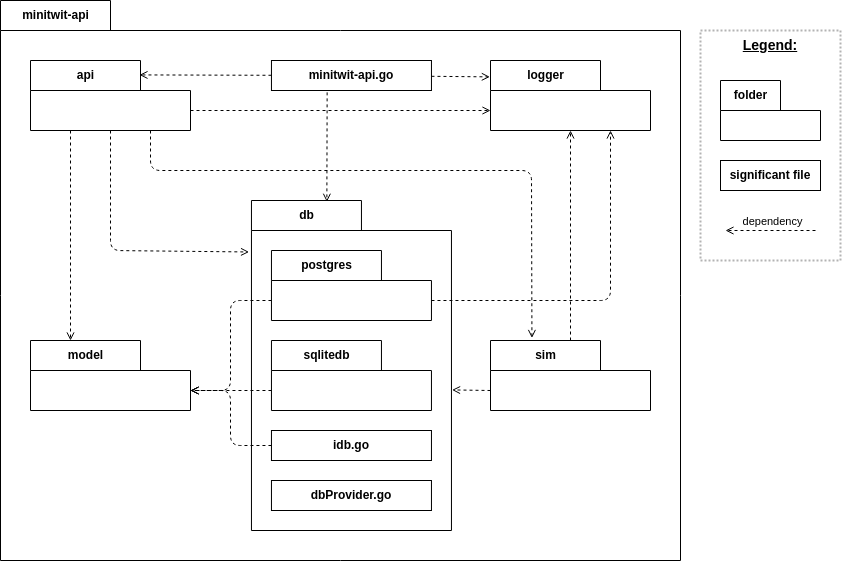
Eagles-DevOps/MiniTwit keeps this draw.io diagram as report/diagrams/module-view--minitwit-web-app.drawio.png. Above is the earlier version. Source tidied: cells renumbered, new cells last; positions are measured from the earlier drawing's top-left corner, leaving out a move shared by most shapes.
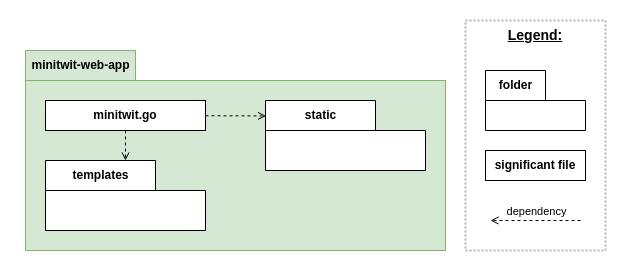
The same diagram one commit later.

Change to the diagram source:
```diff
@@ -2,171 +2,72 @@
   <root>
     <mxCell id="0" />
     <mxCell id="1" parent="0" />
-    <mxCell id="2" value="minitwit-api" style="shape=folder;fontStyle=1;tabWidth=110;tabHeight=30;tabPosition=left;html=1;boundedLbl=1;labelInHeader=1;" parent="1" vertex="1">
-      <mxGeometry width="680" height="560" as="geometry" />
-    </mxCell>
-    <mxCell id="3" style="html=1;strokeColor=none;fillColor=none;" parent="2" vertex="1">
-      <mxGeometry width="680" height="280" relative="1" as="geometry">
-        <mxPoint y="30" as="offset" />
-      </mxGeometry>
-    </mxCell>
-    <mxCell id="4" value="db" style="shape=folder;fontStyle=1;tabWidth=110;tabHeight=30;tabPosition=left;html=1;boundedLbl=1;labelInHeader=1;" parent="1" vertex="1">
-      <mxGeometry x="251" y="200" width="200" height="330" as="geometry" />
-    </mxCell>
-    <mxCell id="5" style="html=1;strokeColor=none;fillColor=none;" parent="4" vertex="1">
-      <mxGeometry width="200" height="280.5" relative="1" as="geometry">
-        <mxPoint y="30" as="offset" />
-      </mxGeometry>
-    </mxCell>
-    <mxCell id="6" value="postgres" style="shape=folder;fontStyle=1;tabWidth=110;tabHeight=30;tabPosition=left;html=1;boundedLbl=1;labelInHeader=1;" parent="1" vertex="1">
-      <mxGeometry x="271" y="250" width="160" height="70" as="geometry" />
-    </mxCell>
-    <mxCell id="7" style="html=1;strokeColor=none;fillColor=none;" parent="6" vertex="1">
-      <mxGeometry width="160" height="35" relative="1" as="geometry">
-        <mxPoint y="30" as="offset" />
-      </mxGeometry>
-    </mxCell>
-    <mxCell id="8" value="sqlitedb" style="shape=folder;fontStyle=1;tabWidth=110;tabHeight=30;tabPosition=left;html=1;boundedLbl=1;labelInHeader=1;" parent="1" vertex="1">
-      <mxGeometry x="271" y="340" width="160" height="70" as="geometry" />
-    </mxCell>
-    <mxCell id="9" style="html=1;strokeColor=none;fillColor=none;" parent="8" vertex="1">
-      <mxGeometry width="160" height="35" relative="1" as="geometry">
-        <mxPoint y="30" as="offset" />
-      </mxGeometry>
-    </mxCell>
-    <mxCell id="10" style="endArrow=open;html=1;dashed=1;endFill=0;entryX=0.75;entryY=1;entryDx=0;entryDy=0;entryPerimeter=0;exitX=0;exitY=0;exitDx=160;exitDy=50;exitPerimeter=0;" parent="1" edge="1" source="6" target="11">
-      <mxGeometry relative="1" as="geometry">
-        <Array as="points">
-          <mxPoint x="610" y="300" />
-        </Array>
-      </mxGeometry>
-    </mxCell>
-    <mxCell id="11" value="logger" style="shape=folder;fontStyle=1;tabWidth=110;tabHeight=30;tabPosition=left;html=1;boundedLbl=1;labelInHeader=1;" parent="1" vertex="1">
-      <mxGeometry x="490" y="60" width="160" height="70" as="geometry" />
-    </mxCell>
-    <mxCell id="12" style="html=1;strokeColor=none;fillColor=none;" parent="11" vertex="1">
-      <mxGeometry width="160" height="35" relative="1" as="geometry">
-        <mxPoint y="30" as="offset" />
-      </mxGeometry>
-    </mxCell>
-    <mxCell id="13" value="model" style="shape=folder;fontStyle=1;tabWidth=110;tabHeight=30;tabPosition=left;html=1;boundedLbl=1;labelInHeader=1;" parent="1" vertex="1">
-      <mxGeometry x="30" y="340" width="160" height="70" as="geometry" />
-    </mxCell>
-    <mxCell id="14" style="html=1;strokeColor=none;fillColor=none;" parent="13" vertex="1">
-      <mxGeometry width="160" height="35" relative="1" as="geometry">
-        <mxPoint y="30" as="offset" />
-      </mxGeometry>
-    </mxCell>
-    <mxCell id="15" style="endArrow=open;html=1;dashed=1;endFill=0;entryX=0;entryY=0;entryDx=160;entryDy=50;entryPerimeter=0;exitX=0;exitY=0;exitDx=0;exitDy=50;exitPerimeter=0;" parent="1" edge="1" source="6" target="13">
-      <mxGeometry relative="1" as="geometry">
-        <Array as="points">
-          <mxPoint x="230" y="300" />
-          <mxPoint x="230" y="390" />
-        </Array>
-      </mxGeometry>
-    </mxCell>
-    <mxCell id="16" value="api" style="shape=folder;fontStyle=1;tabWidth=110;tabHeight=30;tabPosition=left;html=1;boundedLbl=1;labelInHeader=1;" parent="1" vertex="1">
-      <mxGeometry x="30" y="60" width="160" height="70" as="geometry" />
-    </mxCell>
-    <mxCell id="17" style="html=1;strokeColor=none;fillColor=none;" parent="16" vertex="1">
-      <mxGeometry width="160" height="35" relative="1" as="geometry">
-        <mxPoint y="30" as="offset" />
-      </mxGeometry>
-    </mxCell>
-    <mxCell id="18" style="endArrow=open;html=1;dashed=1;endFill=0;entryX=0;entryY=0;entryDx=0;entryDy=50;entryPerimeter=0;exitX=0;exitY=0;exitDx=160;exitDy=50;exitPerimeter=0;" parent="1" edge="1" source="16" target="11">
-      <mxGeometry relative="1" as="geometry" />
-    </mxCell>
-    <mxCell id="19" value="sim" style="shape=folder;fontStyle=1;tabWidth=110;tabHeight=30;tabPosition=left;html=1;boundedLbl=1;labelInHeader=1;" parent="1" vertex="1">
-      <mxGeometry x="490" y="340" width="160" height="70" as="geometry" />
-    </mxCell>
-    <mxCell id="20" style="html=1;strokeColor=none;fillColor=none;" parent="19" vertex="1">
-      <mxGeometry width="160" height="35" relative="1" as="geometry">
-        <mxPoint y="30" as="offset" />
-      </mxGeometry>
-    </mxCell>
-    <mxCell id="21" style="endArrow=open;html=1;dashed=1;endFill=0;entryX=-0.012;entryY=0.156;entryDx=0;entryDy=0;entryPerimeter=0;" parent="1" edge="1" source="16" target="4">
-      <mxGeometry relative="1" as="geometry">
-        <Array as="points">
-          <mxPoint x="110" y="250" />
-        </Array>
-      </mxGeometry>
-    </mxCell>
-    <mxCell id="22" style="endArrow=open;html=1;dashed=1;endFill=0;exitX=0.75;exitY=1;exitDx=0;exitDy=0;exitPerimeter=0;entryX=0.259;entryY=-0.036;entryDx=0;entryDy=0;entryPerimeter=0;" parent="1" edge="1" source="16" target="19">
-      <mxGeometry relative="1" as="geometry">
-        <Array as="points">
-          <mxPoint x="150" y="170" />
-          <mxPoint x="531" y="170" />
-        </Array>
-      </mxGeometry>
-    </mxCell>
-    <mxCell id="23" style="endArrow=open;html=1;dashed=1;endFill=0;exitX=0.25;exitY=1;exitDx=0;exitDy=0;exitPerimeter=0;entryX=0.25;entryY=0;entryDx=0;entryDy=0;entryPerimeter=0;" parent="1" edge="1" source="16" target="13">
-      <mxGeometry relative="1" as="geometry" />
-    </mxCell>
-    <mxCell id="24" value="idb.go" style="rounded=0;whiteSpace=wrap;html=1;fontStyle=1;" parent="1" vertex="1">
-      <mxGeometry x="271" y="430" width="160" height="30" as="geometry" />
-    </mxCell>
-    <mxCell id="25" value="dbProvider.go" style="rounded=0;whiteSpace=wrap;html=1;fontStyle=1;" parent="1" vertex="1">
-      <mxGeometry x="271" y="480" width="160" height="30" as="geometry" />
-    </mxCell>
-    <mxCell id="26" style="endArrow=open;html=1;dashed=1;endFill=0;exitX=0;exitY=0;exitDx=0;exitDy=50;exitPerimeter=0;entryX=0;entryY=0;entryDx=160;entryDy=50;entryPerimeter=0;" parent="1" edge="1" source="8" target="13">
-      <mxGeometry relative="1" as="geometry" />
-    </mxCell>
-    <mxCell id="27" style="endArrow=open;html=1;dashed=1;endFill=0;entryX=0;entryY=0;entryDx=160;entryDy=50;entryPerimeter=0;" parent="1" edge="1" source="24" target="13">
-      <mxGeometry relative="1" as="geometry">
-        <Array as="points">
-          <mxPoint x="230" y="445" />
-          <mxPoint x="230" y="390" />
-        </Array>
-      </mxGeometry>
-    </mxCell>
-    <mxCell id="28" value="minitwit-api.go" style="rounded=0;whiteSpace=wrap;html=1;fontStyle=1;" parent="1" vertex="1">
-      <mxGeometry x="271" y="60" width="160" height="30" as="geometry" />
-    </mxCell>
-    <mxCell id="29" style="endArrow=open;html=1;dashed=1;endFill=0;exitX=0;exitY=0;exitDx=0;exitDy=50;exitPerimeter=0;entryX=1.003;entryY=0.574;entryDx=0;entryDy=0;entryPerimeter=0;" parent="1" edge="1" source="19" target="4">
-      <mxGeometry relative="1" as="geometry" />
-    </mxCell>
-    <mxCell id="30" style="endArrow=open;html=1;dashed=1;endFill=0;" parent="1" edge="1" source="19" target="11">
-      <mxGeometry relative="1" as="geometry" />
-    </mxCell>
-    <mxCell id="31" style="endArrow=open;html=1;dashed=1;endFill=0;entryX=0.681;entryY=0.206;entryDx=0;entryDy=0;entryPerimeter=0;" parent="1" edge="1" source="28" target="16">
-      <mxGeometry relative="1" as="geometry" />
-    </mxCell>
-    <mxCell id="32" style="endArrow=open;html=1;dashed=1;endFill=0;entryX=0.377;entryY=0.004;entryDx=0;entryDy=0;entryPerimeter=0;exitX=0.348;exitY=1.062;exitDx=0;exitDy=0;exitPerimeter=0;" parent="1" edge="1" source="28" target="4">
-      <mxGeometry relative="1" as="geometry" />
-    </mxCell>
-    <mxCell id="33" style="endArrow=open;html=1;dashed=1;endFill=0;entryX=-0.004;entryY=0.234;entryDx=0;entryDy=0;entryPerimeter=0;" parent="1" edge="1" source="28" target="11">
-      <mxGeometry relative="1" as="geometry" />
-    </mxCell>
-    <mxCell id="34" style="group;" parent="1" vertex="1">
-      <mxGeometry x="700" y="30" width="140" height="230" as="geometry" />
-    </mxCell>
+    <mxCell id="42" style="rounded=0;whiteSpace=wrap;html=1;strokeColor=none;" parent="1" vertex="1">
+      <mxGeometry x="40" y="180" width="630" height="270" as="geometry" />
+    </mxCell>
+    <mxCell id="43" value="minitwit-web-app" style="shape=folder;fontStyle=1;tabWidth=110;tabHeight=30;tabPosition=left;html=1;boundedLbl=1;labelInHeader=1;fillColor=#d5e8d4;strokeColor=#82b366;" parent="1" vertex="1">
+      <mxGeometry x="65" y="230" width="420" height="200" as="geometry" />
+    </mxCell>
+    <mxCell id="44" style="html=1;strokeColor=none;fillColor=none;" parent="43" vertex="1">
+      <mxGeometry width="420" height="100" relative="1" as="geometry">
+        <mxPoint y="30" as="offset" />
+      </mxGeometry>
+    </mxCell>
+    <mxCell id="45" style="group;" parent="1" vertex="1">
+      <mxGeometry x="505" y="200" width="140" height="230" as="geometry" />
+    </mxCell>
-    <mxCell id="35" style="rounded=0;whiteSpace=wrap;html=1;dashed=1;dashPattern=1 1;strokeWidth=2;strokeColor=#B3B3B3;" parent="34" vertex="1">
+    <mxCell id="35" style="rounded=0;whiteSpace=wrap;html=1;dashed=1;dashPattern=1 1;strokeWidth=2;strokeColor=#B3B3B3;" parent="45" vertex="1">
       <mxGeometry width="140" height="230" as="geometry" />
     </mxCell>
-    <mxCell id="36" value="folder" style="shape=folder;fontStyle=1;tabWidth=60;tabHeight=30;tabPosition=left;html=1;boundedLbl=1;labelInHeader=1;" parent="34" vertex="1">
+    <mxCell id="36" value="folder" style="shape=folder;fontStyle=1;tabWidth=60;tabHeight=30;tabPosition=left;html=1;boundedLbl=1;labelInHeader=1;" parent="45" vertex="1">
       <mxGeometry x="20" y="50" width="100" height="60" as="geometry" />
     </mxCell>
-    <mxCell id="37" style="html=1;strokeColor=none;fillColor=none;" parent="36" vertex="1">
-      <mxGeometry width="100" height="42" relative="1" as="geometry">
-        <mxPoint y="30" as="offset" />
-      </mxGeometry>
-    </mxCell>
+    <mxCell id="46" style="html=1;strokeColor=none;fillColor=none;" parent="36" vertex="1">
+      <mxGeometry width="100" height="42" relative="1" as="geometry">
+        <mxPoint y="30" as="offset" />
+      </mxGeometry>
+    </mxCell>
-    <mxCell id="38" value="significant file" style="rounded=0;whiteSpace=wrap;html=1;fontStyle=1;" parent="34" vertex="1">
+    <mxCell id="38" value="significant file" style="rounded=0;whiteSpace=wrap;html=1;fontStyle=1;" parent="45" vertex="1">
       <mxGeometry x="20" y="130" width="100" height="30" as="geometry" />
     </mxCell>
-    <mxCell id="39" value="Legend:" style="text;html=1;strokeColor=none;fillColor=none;align=center;verticalAlign=middle;whiteSpace=wrap;rounded=0;fontSize=14;fontStyle=5;" parent="34" vertex="1">
+    <mxCell id="39" value="Legend:" style="text;html=1;strokeColor=none;fillColor=none;align=center;verticalAlign=middle;whiteSpace=wrap;rounded=0;fontSize=14;fontStyle=5;" parent="45" vertex="1">
       <mxGeometry x="40" width="60" height="30" as="geometry" />
     </mxCell>
-    <mxCell id="40" style="endArrow=open;html=1;dashed=1;endFill=0;" parent="34" edge="1">
-      <mxGeometry relative="1" as="geometry">
-        <mxPoint x="115" y="200" as="sourcePoint" />
-        <mxPoint x="25" y="200" as="targetPoint" />
-      </mxGeometry>
-    </mxCell>
+    <mxCell id="47" style="endArrow=open;html=1;dashed=1;endFill=0;" parent="45" edge="1">
+      <mxGeometry relative="1" as="geometry">
+        <mxPoint x="115" y="200" as="sourcePoint" />
+        <mxPoint x="25" y="200" as="targetPoint" />
+      </mxGeometry>
+    </mxCell>
-    <mxCell id="41" value="dependency" style="edgeLabel;html=1;align=center;verticalAlign=middle;" parent="40" vertex="1">
+    <mxCell id="41" value="dependency" style="edgeLabel;html=1;align=center;verticalAlign=middle;" parent="47" vertex="1">
       <mxGeometry x="0.32" y="1" relative="1" as="geometry">
         <mxPoint x="15" y="-11" as="offset" />
       </mxGeometry>
     </mxCell>
+    <mxCell id="48" value="minitwit.go" style="rounded=0;whiteSpace=wrap;html=1;fontStyle=1;" parent="1" vertex="1">
+      <mxGeometry x="85" y="280" width="160" height="30" as="geometry" />
+    </mxCell>
+    <mxCell id="49" value="static" style="shape=folder;fontStyle=1;tabWidth=110;tabHeight=30;tabPosition=left;html=1;boundedLbl=1;labelInHeader=1;" parent="1" vertex="1">
+      <mxGeometry x="305" y="280" width="160" height="70" as="geometry" />
+    </mxCell>
+    <mxCell id="50" style="html=1;strokeColor=none;fillColor=none;" parent="49" vertex="1">
+      <mxGeometry width="160" height="35" relative="1" as="geometry">
+        <mxPoint y="30" as="offset" />
+      </mxGeometry>
+    </mxCell>
+    <mxCell id="51" style="endArrow=open;html=1;dashed=1;endFill=0;entryX=0.003;entryY=0.221;entryDx=0;entryDy=0;entryPerimeter=0;" parent="1" edge="1" source="48" target="49">
+      <mxGeometry relative="1" as="geometry" />
+    </mxCell>
+    <mxCell id="52" value="templates" style="shape=folder;fontStyle=1;tabWidth=110;tabHeight=30;tabPosition=left;html=1;boundedLbl=1;labelInHeader=1;" parent="1" vertex="1">
+      <mxGeometry x="85" y="340" width="160" height="70" as="geometry" />
+    </mxCell>
+    <mxCell id="53" style="html=1;strokeColor=none;fillColor=none;" parent="52" vertex="1">
+      <mxGeometry width="160" height="35" relative="1" as="geometry">
+        <mxPoint y="30" as="offset" />
+      </mxGeometry>
+    </mxCell>
+    <mxCell id="54" style="endArrow=open;html=1;dashed=1;endFill=0;" parent="1" edge="1" source="48" target="52">
+      <mxGeometry relative="1" as="geometry" />
+    </mxCell>
   </root>
 </mxGraphModel>
```
